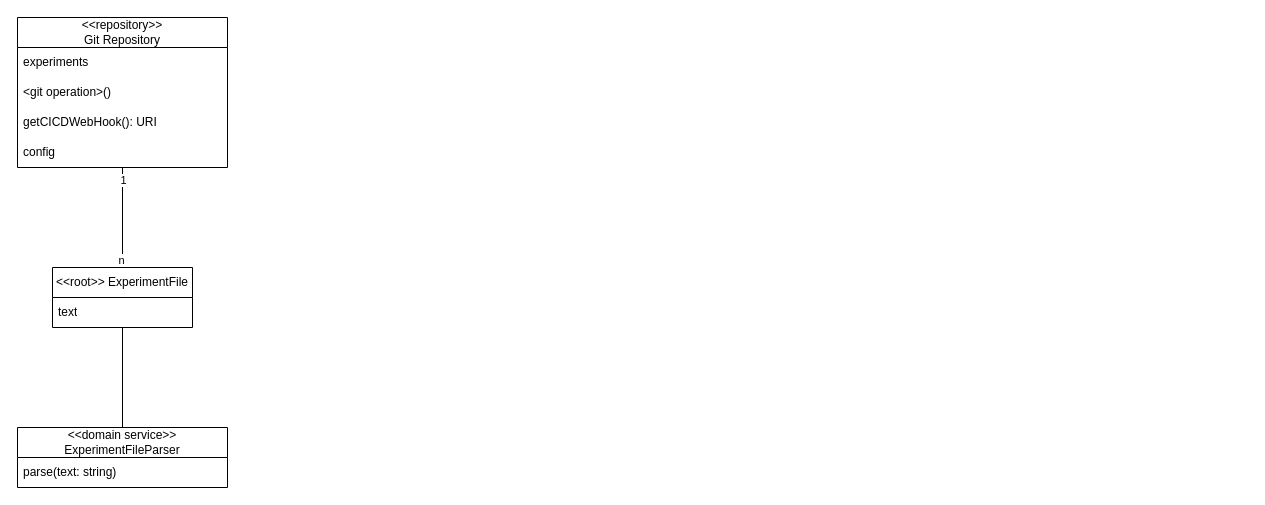
Before: page "ExperimentFile" (2 of 5) of docs/source/Task_9_DDD.drawio in Iluhander/droptableusers, a draw.io diagram. Source tidied: cells renumbered, new cells numbered last; positions are measured from the earlier drawing's top-left corner, leaving out a move shared by most shapes. Both pictures are drawn from the tidied source at 100%, with x=0, y=0 at pixel (17, 17).
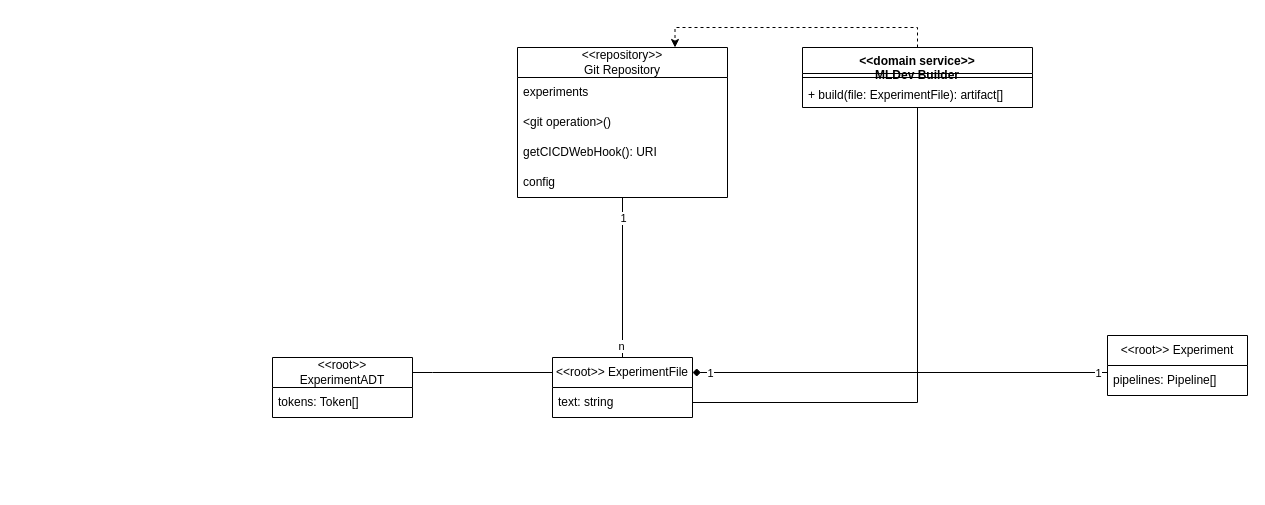
After the change.

The change refers to these unchanged cells:
```xml
<mxCell id="10" style="edgeStyle=orthogonalEdgeStyle;rounded=0;jettySize=auto;html=1;endArrow=none;endFill=0;" parent="1" edge="1" source="8" target="2">
  <mxGeometry relative="1" as="geometry" />
</mxCell>
```

Diff of the diagram source:
```diff
@@
+    <mxCell id="15" value="&amp;lt;&amp;lt;root&amp;gt;&amp;gt;&lt;div&gt;ExperimentADT&lt;/div&gt;" style="swimlane;fontStyle=0;horizontal=1;startSize=30;whiteSpace=wrap;html=1;" parent="1" vertex="1">
+      <mxGeometry x="255" y="340" width="140" height="60" as="geometry" />
+    </mxCell>
+    <mxCell id="16" value="tokens: Token[]" style="text;strokeColor=none;fillColor=none;align=left;verticalAlign=middle;spacingLeft=4;spacingRight=4;overflow=hidden;whiteSpace=wrap;html=1;" parent="15" vertex="1">
+      <mxGeometry y="30" width="140" height="30" as="geometry" />
+    </mxCell>
+    <mxCell id="17" style="edgeStyle=orthogonalEdgeStyle;rounded=0;jettySize=auto;html=1;entryX=0.75;entryY=0;entryDx=0;entryDy=0;dashed=1;" parent="1" edge="1" source="18" target="2">
+      <mxGeometry relative="1" as="geometry">
+        <Array as="points">
+          <mxPoint x="900" y="10" />
+          <mxPoint x="658" y="10" />
+        </Array>
+      </mxGeometry>
+    </mxCell>
+    <mxCell id="18" value="&lt;div&gt;&amp;lt;&amp;lt;domain service&amp;gt;&amp;gt;&lt;/div&gt;MLDev Builder" style="swimlane;fontStyle=1;align=center;verticalAlign=top;horizontal=1;startSize=26;whiteSpace=wrap;html=1;" parent="1" vertex="1">
+      <mxGeometry x="785" y="30" width="230" height="60" as="geometry" />
+    </mxCell>
+    <mxCell id="19" style="line;strokeWidth=1;fillColor=none;align=left;verticalAlign=middle;spacingTop=-1;spacingLeft=3;spacingRight=3;labelPosition=right;strokeColor=inherit;" parent="18" vertex="1">
+      <mxGeometry y="26" width="230" height="8" as="geometry" />
+    </mxCell>
+    <mxCell id="20" value="+ build(file: ExperimentFile): artifact[]" style="text;strokeColor=none;fillColor=none;align=left;verticalAlign=top;spacingLeft=4;spacingRight=4;overflow=hidden;whiteSpace=wrap;html=1;" parent="18" vertex="1">
+      <mxGeometry y="34" width="230" height="26" as="geometry" />
+    </mxCell>
+    <mxCell id="21" value="&amp;lt;&amp;lt;root&amp;gt;&amp;gt; Experiment" style="swimlane;fontStyle=0;horizontal=1;startSize=30;whiteSpace=wrap;html=1;" parent="1" vertex="1">
+      <mxGeometry x="1090" y="318" width="140" height="60" as="geometry" />
+    </mxCell>
+    <mxCell id="22" value="pipelines: Pipeline[]" style="text;strokeColor=none;fillColor=none;align=left;verticalAlign=middle;spacingLeft=4;spacingRight=4;overflow=hidden;whiteSpace=wrap;html=1;" parent="21" vertex="1">
+      <mxGeometry y="30" width="140" height="30" as="geometry" />
+    </mxCell>
     <mxCell id="2" value="&lt;div&gt;&amp;lt;&amp;lt;repository&amp;gt;&amp;gt;&lt;br&gt;&lt;/div&gt;Git Repository" style="swimlane;fontStyle=0;horizontal=1;startSize=30;whiteSpace=wrap;html=1;" parent="1" vertex="1">
-      <mxGeometry width="210" height="150" as="geometry" />
+      <mxGeometry x="500" y="30" width="210" height="150" as="geometry" />
     </mxCell>
@@
-    <mxCell id="7" style="edgeStyle=orthogonalEdgeStyle;rounded=0;jettySize=auto;html=1;endArrow=none;endFill=0;" parent="1" edge="1" source="8" target="13">
-      <mxGeometry relative="1" as="geometry" />
-    </mxCell>
+    <mxCell id="23" style="edgeStyle=orthogonalEdgeStyle;rounded=0;jettySize=auto;html=1;endArrow=none;endFill=0;exitX=1;exitY=0.5;exitDx=0;exitDy=0;" parent="1" edge="1" source="24" target="18">
+      <mxGeometry relative="1" as="geometry" />
+    </mxCell>
     <mxCell id="8" value="&amp;lt;&amp;lt;root&amp;gt;&amp;gt; ExperimentFile" style="swimlane;fontStyle=0;horizontal=1;startSize=30;whiteSpace=wrap;html=1;" parent="1" vertex="1">
-      <mxGeometry x="35" y="250" width="140" height="60" as="geometry" />
+      <mxGeometry x="535" y="340" width="140" height="60" as="geometry" />
     </mxCell>
-    <mxCell id="9" value="text" style="text;strokeColor=none;fillColor=none;align=left;verticalAlign=middle;spacingLeft=4;spacingRight=4;overflow=hidden;whiteSpace=wrap;html=1;" parent="8" vertex="1">
-      <mxGeometry y="30" width="140" height="30" as="geometry" />
-    </mxCell>
+    <mxCell id="24" value="text: string" style="text;strokeColor=none;fillColor=none;align=left;verticalAlign=middle;spacingLeft=4;spacingRight=4;overflow=hidden;points=[[0,0.5],[1,0.5]];portConstraint=eastwest;whiteSpace=wrap;html=1;" parent="8" vertex="1">
+      <mxGeometry y="30" width="140" height="30" as="geometry" />
+    </mxCell>
@@
-    <mxCell id="12" value="1" style="edgeLabel;html=1;align=center;verticalAlign=middle;" parent="10" vertex="1">
-      <mxGeometry x="0.75" relative="1" as="geometry" />
-    </mxCell>
-    <mxCell id="13" value="&lt;div&gt;&amp;lt;&amp;lt;domain service&amp;gt;&amp;gt;&lt;/div&gt;ExperimentFileParser" style="swimlane;fontStyle=0;horizontal=1;startSize=30;whiteSpace=wrap;html=1;" parent="1" vertex="1">
-      <mxGeometry y="410" width="210" height="60" as="geometry" />
-    </mxCell>
-    <mxCell id="14" value="parse(text: string)" style="text;strokeColor=none;fillColor=none;align=left;verticalAlign=middle;spacingLeft=4;spacingRight=4;overflow=hidden;whiteSpace=wrap;html=1;" parent="13" vertex="1">
-      <mxGeometry y="30" width="210" height="30" as="geometry" />
-    </mxCell>
+    <mxCell id="25" value="1" style="edgeLabel;html=1;align=center;verticalAlign=middle;" parent="10" vertex="1">
+      <mxGeometry x="0.75" relative="1" as="geometry" />
+    </mxCell>
+    <mxCell id="26" style="edgeStyle=orthogonalEdgeStyle;rounded=0;jettySize=auto;html=1;endArrow=none;endFill=0;exitX=0;exitY=0.25;exitDx=0;exitDy=0;entryX=1;entryY=0.25;entryDx=0;entryDy=0;" parent="1" edge="1" source="8" target="15">
+      <mxGeometry relative="1" as="geometry">
+        <Array as="points">
+          <mxPoint x="415" y="355" />
+          <mxPoint x="415" y="355" />
+        </Array>
+      </mxGeometry>
+    </mxCell>
+    <mxCell id="27" style="edgeStyle=orthogonalEdgeStyle;rounded=0;jettySize=auto;html=1;entryX=1;entryY=0.25;entryDx=0;entryDy=0;endArrow=diamond;endFill=1;" parent="1" edge="1" source="21" target="8">
+      <mxGeometry relative="1" as="geometry">
+        <Array as="points">
+          <mxPoint x="1135" y="355" />
+          <mxPoint x="1135" y="355" />
+        </Array>
+      </mxGeometry>
+    </mxCell>
+    <mxCell id="28" value="1" style="edgeLabel;html=1;align=center;verticalAlign=middle;" parent="27" vertex="1">
+      <mxGeometry x="0.92" relative="1" as="geometry" />
+    </mxCell>
+    <mxCell id="29" value="1" style="edgeLabel;html=1;align=center;verticalAlign=middle;" parent="27" vertex="1">
+      <mxGeometry x="-0.95" relative="1" as="geometry" />
+    </mxCell>
```
